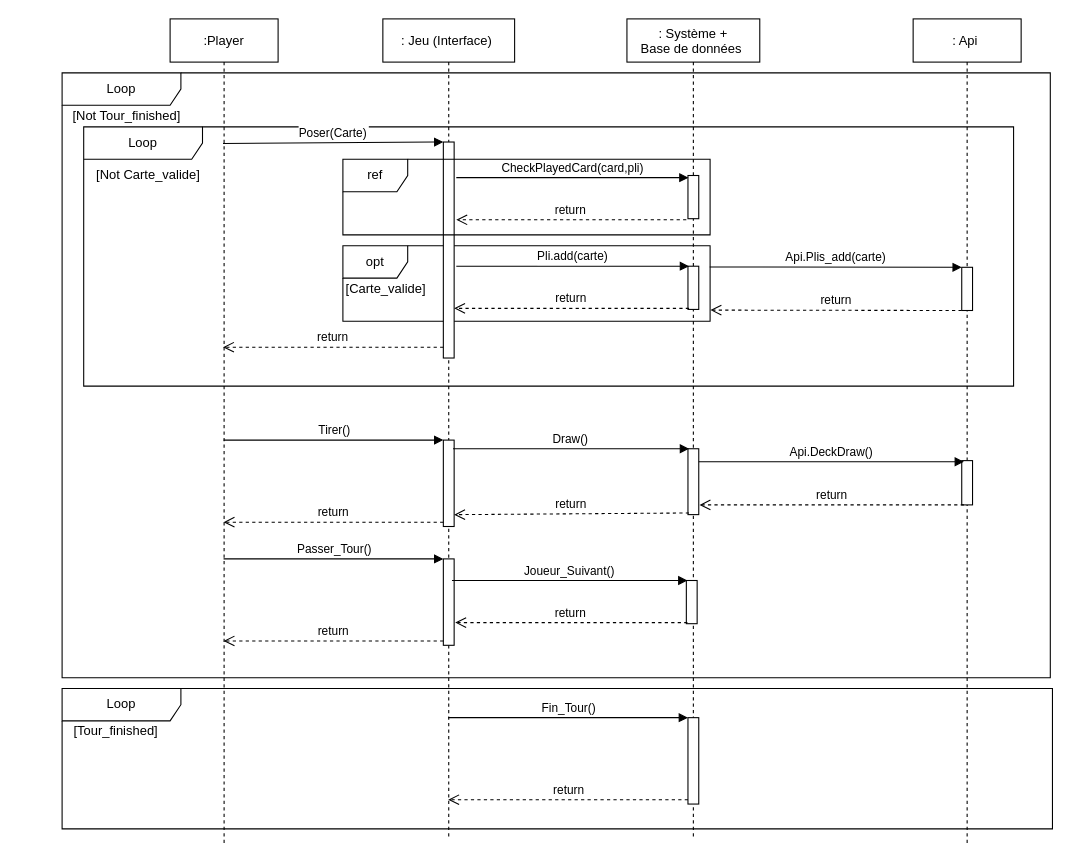
The draw.io diagram Diagrams/Sequence Diagram Playtime.drawio in MailineN/ProjetInfo2A, before the edit. Source tidied: cells renumbered, new cells numbered last; positions are measured from the earlier drawing's top-left corner, leaving out a move shared by most shapes. Both pictures are drawn from the tidied source at 108%, with x=0, y=0 at pixel (18, 18).
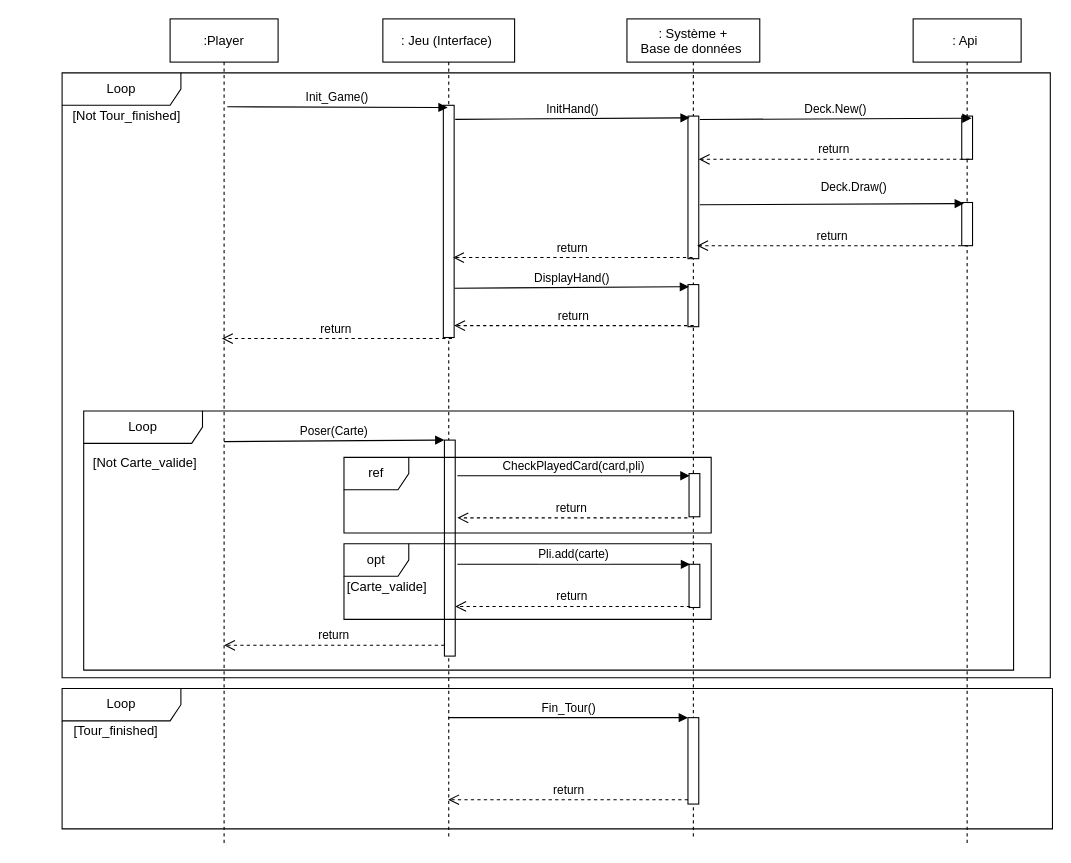
After the change.

Unchanged cells that the change refers to:
```xml
<mxCell id="6" value=":Player" style="shape=umlLifeline;perimeter=lifelinePerimeter;rounded=0;shadow=0;strokeWidth=1;" parent="1" vertex="1">
  <mxGeometry x="140" width="100" height="764" as="geometry" />
</mxCell>
<mxCell id="7" value=": Jeu (Interface) " style="shape=umlLifeline;perimeter=lifelinePerimeter;rounded=0;shadow=0;strokeWidth=1;" parent="1" vertex="1">
  <mxGeometry x="337" width="122" height="760" as="geometry" />
</mxCell>
<mxCell id="13" value=": Système + &#10;Base de données " style="shape=umlLifeline;perimeter=lifelinePerimeter;rounded=0;shadow=0;strokeWidth=1;" parent="1" vertex="1">
  <mxGeometry x="563" width="123" height="760" as="geometry" />
</mxCell>
<mxCell id="40" value=": Api " style="shape=umlLifeline;perimeter=lifelinePerimeter;rounded=0;shadow=0;strokeWidth=1;" parent="1" vertex="1">
  <mxGeometry x="828" width="100" height="764" as="geometry" />
</mxCell>
```

What changed in the source:
```diff
@@
     <mxCell id="4" value="Loop" style="shape=umlFrame;whiteSpace=wrap;html=1;width=110;height=30;" parent="1" vertex="1">
-      <mxGeometry x="60" y="100" width="861" height="240" as="geometry" />
+      <mxGeometry x="60" y="363" width="861" height="240" as="geometry" />
     </mxCell>
-    <mxCell id="5" value="opt" style="shape=umlFrame;whiteSpace=wrap;html=1;" parent="1" vertex="1">
-      <mxGeometry x="300" y="210" width="340" height="70" as="geometry" />
-    </mxCell>
@@
-    <mxCell id="8" style="html=1;points=[];perimeter=orthogonalPerimeter;" parent="7" vertex="1">
-      <mxGeometry x="56" y="390" width="10" height="80" as="geometry" />
-    </mxCell>
-    <mxCell id="9" style="html=1;points=[];perimeter=orthogonalPerimeter;" parent="7" vertex="1">
-      <mxGeometry x="56" y="500" width="10" height="80" as="geometry" />
-    </mxCell>
     <mxCell id="10" style="points=[];perimeter=orthogonalPerimeter;rounded=0;shadow=0;strokeWidth=1;" parent="7" vertex="1">
-      <mxGeometry x="56" y="114" width="10" height="200" as="geometry" />
+      <mxGeometry x="57" y="390" width="10" height="200" as="geometry" />
     </mxCell>
+    <mxCell id="45" style="perimeter=orthogonalPerimeter;rounded=0;shadow=0;strokeWidth=1;" parent="7" vertex="1">
+      <mxGeometry x="56" y="80" width="10" height="215" as="geometry" />
+    </mxCell>
     <mxCell id="11" value="return" style="verticalAlign=bottom;endArrow=open;dashed=1;endSize=8;exitX=0;exitY=0.95;shadow=0;strokeWidth=1;" parent="1" edge="1" source="10">
       <mxGeometry relative="1" as="geometry">
-        <mxPoint x="189" y="304" as="targetPoint" />
+        <mxPoint x="190" y="580" as="targetPoint" />
       </mxGeometry>
     </mxCell>
-    <mxCell id="12" value="Poser(Carte)" style="verticalAlign=bottom;endArrow=block;entryX=0;entryY=0;shadow=0;strokeWidth=1;exitX=0.49;exitY=0.151;exitDx=0;exitDy=0;exitPerimeter=0;" parent="1" edge="1" source="6" target="10">
-      <mxGeometry relative="1" as="geometry" />
+    <mxCell id="12" value="Poser(Carte)" style="verticalAlign=bottom;endArrow=block;entryX=0;entryY=0;shadow=0;strokeWidth=1;exitX=0.49;exitY=0.151;exitDx=0;exitDy=0;exitPerimeter=0;" parent="1" edge="1" target="10">
+      <mxGeometry relative="1" as="geometry">
+        <mxPoint x="190" y="391.4" as="sourcePoint" />
+      </mxGeometry>
     </mxCell>
@@
     <mxCell id="14" style="points=[];perimeter=orthogonalPerimeter;rounded=0;shadow=0;strokeWidth=1;" parent="13" vertex="1">
-      <mxGeometry x="56.5" y="229" width="10" height="40" as="geometry" />
+      <mxGeometry x="57.5" y="505" width="10" height="40" as="geometry" />
     </mxCell>
-    <mxCell id="15" style="points=[];perimeter=orthogonalPerimeter;rounded=0;shadow=0;strokeWidth=1;" parent="13" vertex="1">
-      <mxGeometry x="55" y="520" width="10" height="40" as="geometry" />
-    </mxCell>
-    <mxCell id="16" value="Joueur_Suivant()" style="verticalAlign=bottom;endArrow=block;shadow=0;strokeWidth=1;entryX=0.1;entryY=0;entryDx=0;entryDy=0;entryPerimeter=0;" parent="13" edge="1" target="15">
-      <mxGeometry relative="1" as="geometry">
-        <mxPoint x="-162" y="520" as="sourcePoint" />
-      </mxGeometry>
-    </mxCell>
-    <mxCell id="17" value="return" style="verticalAlign=bottom;endArrow=open;dashed=1;endSize=8;exitX=0.1;exitY=0.975;shadow=0;strokeWidth=1;exitDx=0;exitDy=0;exitPerimeter=0;" parent="13" edge="1" source="15">
-      <mxGeometry relative="1" as="geometry">
-        <mxPoint x="-159" y="559" as="targetPoint" />
-      </mxGeometry>
-    </mxCell>
@@
-    <mxCell id="19" style="points=[];perimeter=orthogonalPerimeter;rounded=0;shadow=0;strokeWidth=1;" parent="13" vertex="1">
-      <mxGeometry x="56.5" y="398" width="10" height="61" as="geometry" />
-    </mxCell>
+    <mxCell id="46" style="points=[];perimeter=orthogonalPerimeter;rounded=0;shadow=0;strokeWidth=1;" parent="13" vertex="1">
+      <mxGeometry x="56.5" y="90" width="10" height="132" as="geometry" />
+    </mxCell>
+    <mxCell id="47" style="perimeter=orthogonalPerimeter;rounded=0;shadow=0;strokeWidth=1;" parent="13" vertex="1">
+      <mxGeometry x="56.5" y="246" width="10" height="39" as="geometry" />
+    </mxCell>
     <mxCell id="20" value="Pli.add(carte)" style="verticalAlign=bottom;endArrow=block;shadow=0;strokeWidth=1;entryX=0.1;entryY=0;entryDx=0;entryDy=0;entryPerimeter=0;" parent="1" edge="1" target="14">
       <mxGeometry relative="1" as="geometry">
-        <mxPoint x="405" y="229" as="sourcePoint" />
+        <mxPoint x="406" y="505" as="sourcePoint" />
       </mxGeometry>
     </mxCell>
     <mxCell id="21" value="return" style="verticalAlign=bottom;endArrow=open;dashed=1;endSize=8;exitX=0.1;exitY=0.975;shadow=0;strokeWidth=1;exitDx=0;exitDy=0;exitPerimeter=0;" parent="1" edge="1" source="14">
       <mxGeometry relative="1" as="geometry">
-        <mxPoint x="403" y="268" as="targetPoint" />
+        <mxPoint x="404" y="544" as="targetPoint" />
       </mxGeometry>
     </mxCell>
     <mxCell id="22" value="ref" style="shape=umlFrame;whiteSpace=wrap;html=1;" parent="1" vertex="1">
-      <mxGeometry x="300" y="130" width="340" height="70" as="geometry" />
+      <mxGeometry x="301" y="406" width="340" height="70" as="geometry" />
     </mxCell>
     <mxCell id="23" value="[Carte_valide]" style="text;html=1;strokeColor=none;fillColor=none;align=center;verticalAlign=middle;whiteSpace=wrap;rounded=0;" parent="1" vertex="1">
-      <mxGeometry x="250" y="240" width="180" height="20" as="geometry" />
+      <mxGeometry x="251" y="516" width="180" height="20" as="geometry" />
     </mxCell>
     <mxCell id="24" value="[Not Carte_valide]" style="text;html=1;strokeColor=none;fillColor=none;align=center;verticalAlign=middle;whiteSpace=wrap;rounded=0;" parent="1" vertex="1">
-      <mxGeometry x="30" y="135" width="180" height="20" as="geometry" />
+      <mxGeometry x="27" y="401" width="180" height="20" as="geometry" />
     </mxCell>
-    <mxCell id="25" value="Tirer()" style="html=1;verticalAlign=bottom;endArrow=block;entryX=0;entryY=0;" parent="1" edge="1" source="6" target="8">
-      <mxGeometry relative="1" as="geometry" />
-    </mxCell>
-    <mxCell id="26" value="return" style="html=1;verticalAlign=bottom;endArrow=open;dashed=1;endSize=8;exitX=0;exitY=0.95;" parent="1" edge="1" source="8" target="6">
-      <mxGeometry relative="1" as="geometry" />
-    </mxCell>
-    <mxCell id="27" value="Draw()" style="verticalAlign=bottom;endArrow=block;shadow=0;strokeWidth=1;entryX=0.1;entryY=0;entryDx=0;entryDy=0;entryPerimeter=0;" parent="1" edge="1" target="19">
-      <mxGeometry relative="1" as="geometry">
-        <mxPoint x="402" y="398" as="sourcePoint" />
-      </mxGeometry>
-    </mxCell>
-    <mxCell id="28" value="return" style="verticalAlign=bottom;endArrow=open;dashed=1;endSize=8;exitX=0.1;exitY=0.975;shadow=0;strokeWidth=1;exitDx=0;exitDy=0;exitPerimeter=0;entryX=1;entryY=0.863;entryDx=0;entryDy=0;entryPerimeter=0;" parent="1" edge="1" source="19" target="8">
-      <mxGeometry relative="1" as="geometry" />
-    </mxCell>
-    <mxCell id="29" value="Passer_Tour()" style="html=1;verticalAlign=bottom;endArrow=block;entryX=0;entryY=0;" parent="1" edge="1" source="6" target="9">
-      <mxGeometry relative="1" as="geometry" />
-    </mxCell>
-    <mxCell id="30" value="return" style="html=1;verticalAlign=bottom;endArrow=open;dashed=1;endSize=8;exitX=0;exitY=0.95;" parent="1" edge="1" source="9" target="6">
-      <mxGeometry relative="1" as="geometry" />
-    </mxCell>
@@
     <mxCell id="35" style="points=[];perimeter=orthogonalPerimeter;rounded=0;shadow=0;strokeWidth=1;" parent="1" vertex="1">
-      <mxGeometry x="619.5" y="145" width="10" height="40" as="geometry" />
+      <mxGeometry x="620.5" y="421" width="10" height="40" as="geometry" />
     </mxCell>
     <mxCell id="36" value="CheckPlayedCard(card,pli)" style="verticalAlign=bottom;endArrow=block;shadow=0;strokeWidth=1;entryX=0.05;entryY=0.05;entryDx=0;entryDy=0;entryPerimeter=0;" parent="1" edge="1" target="35">
       <mxGeometry relative="1" as="geometry">
-        <mxPoint x="405" y="147" as="sourcePoint" />
+        <mxPoint x="406" y="423" as="sourcePoint" />
       </mxGeometry>
     </mxCell>
     <mxCell id="37" value="return" style="verticalAlign=bottom;endArrow=open;dashed=1;endSize=8;shadow=0;strokeWidth=1;" parent="1" edge="1">
       <mxGeometry relative="1" as="geometry">
-        <mxPoint x="618" y="186" as="sourcePoint" />
-        <mxPoint x="405" y="186" as="targetPoint" />
+        <mxPoint x="619" y="462" as="sourcePoint" />
+        <mxPoint x="406" y="462" as="targetPoint" />
       </mxGeometry>
     </mxCell>
-    <mxCell id="38" value="Api.Plis_add(carte)" style="verticalAlign=bottom;endArrow=block;shadow=0;strokeWidth=1;entryX=0.1;entryY=0;entryDx=0;entryDy=0;entryPerimeter=0;exitX=0.999;exitY=0.281;exitDx=0;exitDy=0;exitPerimeter=0;" parent="1" edge="1" source="5">
-      <mxGeometry relative="1" as="geometry">
-        <mxPoint x="873" y="230" as="targetPoint" />
-      </mxGeometry>
-    </mxCell>
-    <mxCell id="39" value="return" style="verticalAlign=bottom;endArrow=open;dashed=1;endSize=8;exitX=0.1;exitY=0.975;shadow=0;strokeWidth=1;exitDx=0;exitDy=0;exitPerimeter=0;entryX=1.001;entryY=0.852;entryDx=0;entryDy=0;entryPerimeter=0;" parent="1" edge="1" target="5">
-      <mxGeometry relative="1" as="geometry">
-        <mxPoint x="873" y="270" as="sourcePoint" />
-      </mxGeometry>
-    </mxCell>
@@
-    <mxCell id="41" style="points=[];perimeter=orthogonalPerimeter;rounded=0;shadow=0;strokeWidth=1;" parent="40" vertex="1">
-      <mxGeometry x="45" y="409" width="10" height="41" as="geometry" />
-    </mxCell>
-    <mxCell id="42" style="perimeter=orthogonalPerimeter;rounded=0;shadow=0;strokeWidth=1;" parent="1" vertex="1">
-      <mxGeometry x="873" y="230" width="10" height="40" as="geometry" />
-    </mxCell>
-    <mxCell id="43" value="Api.DeckDraw()" style="verticalAlign=bottom;endArrow=block;shadow=0;strokeWidth=1;entryX=0.2;entryY=0.025;entryDx=0;entryDy=0;entryPerimeter=0;exitX=0.999;exitY=0.281;exitDx=0;exitDy=0;exitPerimeter=0;" parent="1" edge="1" target="41">
-      <mxGeometry relative="1" as="geometry">
-        <mxPoint x="629.5" y="410" as="sourcePoint" />
-      </mxGeometry>
-    </mxCell>
-    <mxCell id="44" value="return" style="verticalAlign=bottom;endArrow=open;dashed=1;endSize=8;exitX=0.2;exitY=1;shadow=0;strokeWidth=1;exitDx=0;exitDy=0;exitPerimeter=0;entryX=1.001;entryY=0.852;entryDx=0;entryDy=0;entryPerimeter=0;" parent="1" edge="1" source="41">
-      <mxGeometry relative="1" as="geometry">
-        <mxPoint x="630.2" y="450" as="targetPoint" />
-      </mxGeometry>
-    </mxCell>
+    <mxCell id="48" style="points=[];perimeter=orthogonalPerimeter;rounded=0;shadow=0;strokeWidth=1;" parent="40" vertex="1">
+      <mxGeometry x="45" y="90" width="10" height="40" as="geometry" />
+    </mxCell>
+    <mxCell id="49" style="perimeter=orthogonalPerimeter;rounded=0;shadow=0;strokeWidth=1;" parent="40" vertex="1">
+      <mxGeometry x="45" y="170" width="10" height="40" as="geometry" />
+    </mxCell>
+    <mxCell id="50" value="Init_Game()" style="verticalAlign=bottom;endArrow=block;shadow=0;strokeWidth=1;exitX=0.49;exitY=0.151;exitDx=0;exitDy=0;exitPerimeter=0;" parent="1" edge="1">
+      <mxGeometry relative="1" as="geometry">
+        <mxPoint x="193" y="81.4" as="sourcePoint" />
+        <mxPoint x="397" y="82" as="targetPoint" />
+      </mxGeometry>
+    </mxCell>
+    <mxCell id="5" value="opt" style="shape=umlFrame;whiteSpace=wrap;html=1;" parent="1" vertex="1">
+      <mxGeometry x="301" y="486" width="340" height="70" as="geometry" />
+    </mxCell>
+    <mxCell id="51" value="return" style="verticalAlign=bottom;endArrow=open;dashed=1;endSize=8;shadow=0;strokeWidth=1;" parent="1" edge="1">
+      <mxGeometry relative="1" as="geometry">
+        <mxPoint x="401" y="296" as="sourcePoint" />
+        <mxPoint x="188" y="296" as="targetPoint" />
+      </mxGeometry>
+    </mxCell>
+    <mxCell id="52" value="InitHand()" style="verticalAlign=bottom;endArrow=block;shadow=0;strokeWidth=1;exitX=0.49;exitY=0.151;exitDx=0;exitDy=0;exitPerimeter=0;entryX=0.161;entryY=0.012;entryDx=0;entryDy=0;entryPerimeter=0;" parent="1" edge="1" target="46">
+      <mxGeometry relative="1" as="geometry">
+        <mxPoint x="404" y="93" as="sourcePoint" />
+      </mxGeometry>
+    </mxCell>
+    <mxCell id="53" value="Deck.New()" style="verticalAlign=bottom;endArrow=block;shadow=0;strokeWidth=1;exitX=0.49;exitY=0.151;exitDx=0;exitDy=0;exitPerimeter=0;entryX=0.906;entryY=0.049;entryDx=0;entryDy=0;entryPerimeter=0;" parent="1" edge="1" target="48">
+      <mxGeometry relative="1" as="geometry">
+        <mxPoint x="630.5" y="93.1" as="sourcePoint" />
+      </mxGeometry>
+    </mxCell>
+    <mxCell id="54" value="return" style="verticalAlign=bottom;endArrow=open;dashed=1;endSize=8;shadow=0;strokeWidth=1;" parent="1" edge="1" target="46">
+      <mxGeometry relative="1" as="geometry">
+        <mxPoint x="880" y="130" as="sourcePoint" />
+      </mxGeometry>
+    </mxCell>
+    <mxCell id="55" value="Deck.Draw()" style="verticalAlign=bottom;endArrow=block;shadow=0;strokeWidth=1;exitX=0.49;exitY=0.151;exitDx=0;exitDy=0;exitPerimeter=0;" parent="1" edge="1">
+      <mxGeometry x="0.17" y="7" relative="1" as="geometry">
+        <mxPoint x="630.5" y="172.1" as="sourcePoint" />
+        <mxPoint x="875" y="171" as="targetPoint" />
+      </mxGeometry>
+    </mxCell>
+    <mxCell id="56" value="return" style="verticalAlign=bottom;endArrow=open;dashed=1;endSize=8;shadow=0;strokeWidth=1;" parent="1" edge="1">
+      <mxGeometry relative="1" as="geometry">
+        <mxPoint x="878.5" y="210" as="sourcePoint" />
+        <mxPoint x="628" y="210" as="targetPoint" />
+      </mxGeometry>
+    </mxCell>
+    <mxCell id="57" value="return" style="verticalAlign=bottom;endArrow=open;dashed=1;endSize=8;shadow=0;strokeWidth=1;" parent="1" edge="1">
+      <mxGeometry relative="1" as="geometry">
+        <mxPoint x="623.8" y="221" as="sourcePoint" />
+        <mxPoint x="402" y="221" as="targetPoint" />
+      </mxGeometry>
+    </mxCell>
+    <mxCell id="58" value="DisplayHand()" style="verticalAlign=bottom;endArrow=block;shadow=0;strokeWidth=1;exitX=0.49;exitY=0.151;exitDx=0;exitDy=0;exitPerimeter=0;entryX=0.161;entryY=0.012;entryDx=0;entryDy=0;entryPerimeter=0;" parent="1" edge="1">
+      <mxGeometry relative="1" as="geometry">
+        <mxPoint x="403.4" y="249.4" as="sourcePoint" />
+        <mxPoint x="620.5" y="248" as="targetPoint" />
+      </mxGeometry>
+    </mxCell>
+    <mxCell id="59" value="return" style="verticalAlign=bottom;endArrow=open;dashed=1;endSize=8;shadow=0;strokeWidth=1;" parent="1" edge="1">
+      <mxGeometry relative="1" as="geometry">
+        <mxPoint x="624.8" y="284" as="sourcePoint" />
+        <mxPoint x="403" y="284" as="targetPoint" />
+      </mxGeometry>
+    </mxCell>
```
